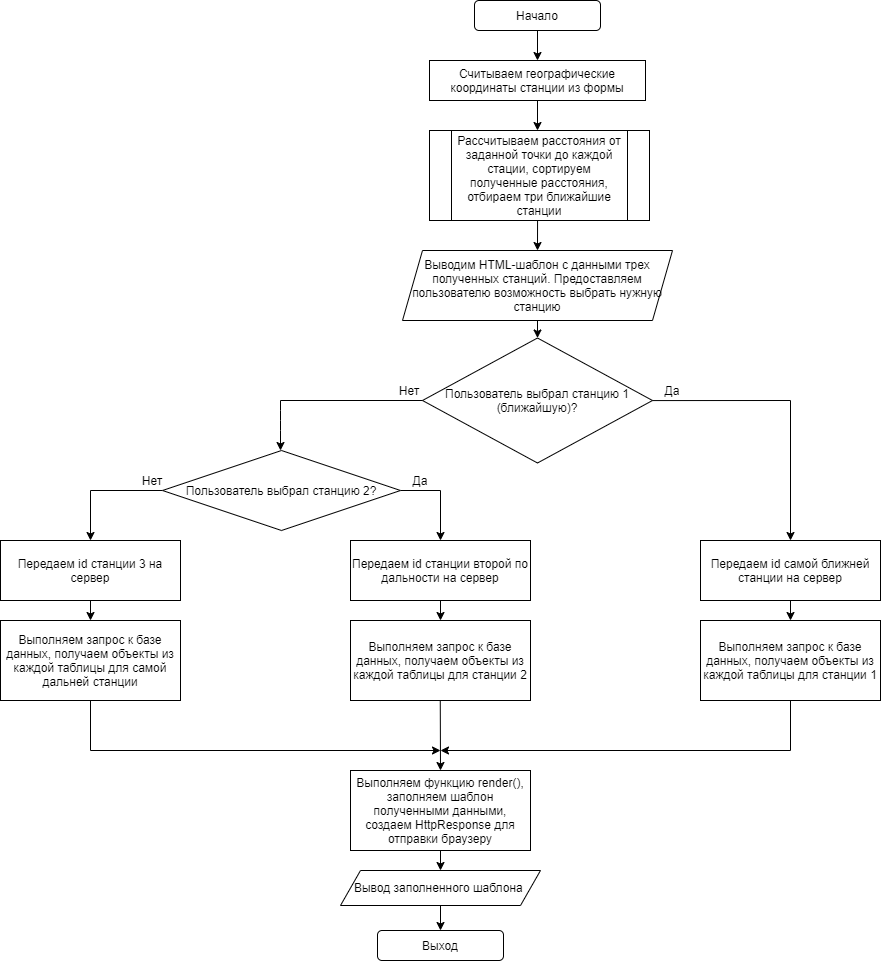
Sofya99/Diplom keeps this draw.io diagram as coord.png. Above is the earlier version. Source tidied: cells renumbered, new cells last; positions are measured from the earlier drawing's top-left corner, leaving out a move shared by most shapes.
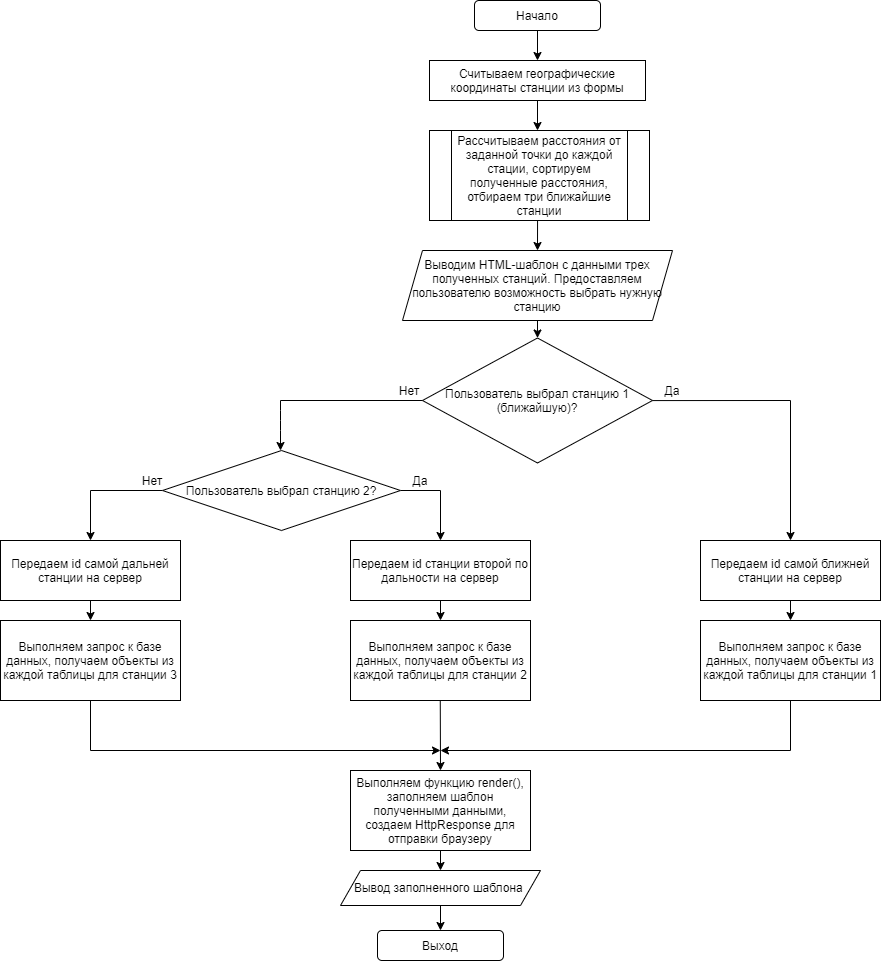
Above is the later version.

The edit, as a diff of the source:
```diff
@@ -98,13 +98,13 @@
     <mxCell id="28" value="Нет" style="text;html=1;strokeColor=none;fillColor=none;align=center;verticalAlign=middle;whiteSpace=wrap;rounded=0;" parent="1" vertex="1">
       <mxGeometry x="132" y="470" width="40" height="20" as="geometry" />
     </mxCell>
-    <mxCell id="29" value="Выполняем запрос к базе данных, получаем объекты из каждой таблицы для самой дальней станции" style="rounded=0;whiteSpace=wrap;html=1;" parent="1" vertex="1">
+    <mxCell id="29" value="Выполняем запрос к базе данных, получаем объекты из каждой таблицы для станции 3" style="rounded=0;whiteSpace=wrap;html=1;" parent="1" vertex="1">
       <mxGeometry y="620" width="180" height="80" as="geometry" />
     </mxCell>
     <mxCell id="30" style="edgeStyle=orthogonalEdgeStyle;rounded=0;jettySize=auto;html=1;exitX=0.5;exitY=1;exitDx=0;exitDy=0;entryX=0.5;entryY=0;entryDx=0;entryDy=0;" parent="1" edge="1" source="31" target="29">
       <mxGeometry relative="1" as="geometry" />
     </mxCell>
-    <mxCell id="31" value="Передаем id станции 3 на сервер" style="rounded=0;whiteSpace=wrap;html=1;" parent="1" vertex="1">
+    <mxCell id="31" value="Передаем id самой дальней станции на сервер" style="rounded=0;whiteSpace=wrap;html=1;" parent="1" vertex="1">
       <mxGeometry y="540" width="180" height="60" as="geometry" />
     </mxCell>
     <mxCell id="32" style="edgeStyle=orthogonalEdgeStyle;rounded=0;jettySize=auto;html=1;exitX=0.5;exitY=1;exitDx=0;exitDy=0;entryX=0.5;entryY=0;entryDx=0;entryDy=0;" parent="1" edge="1" source="33" target="22">
```
